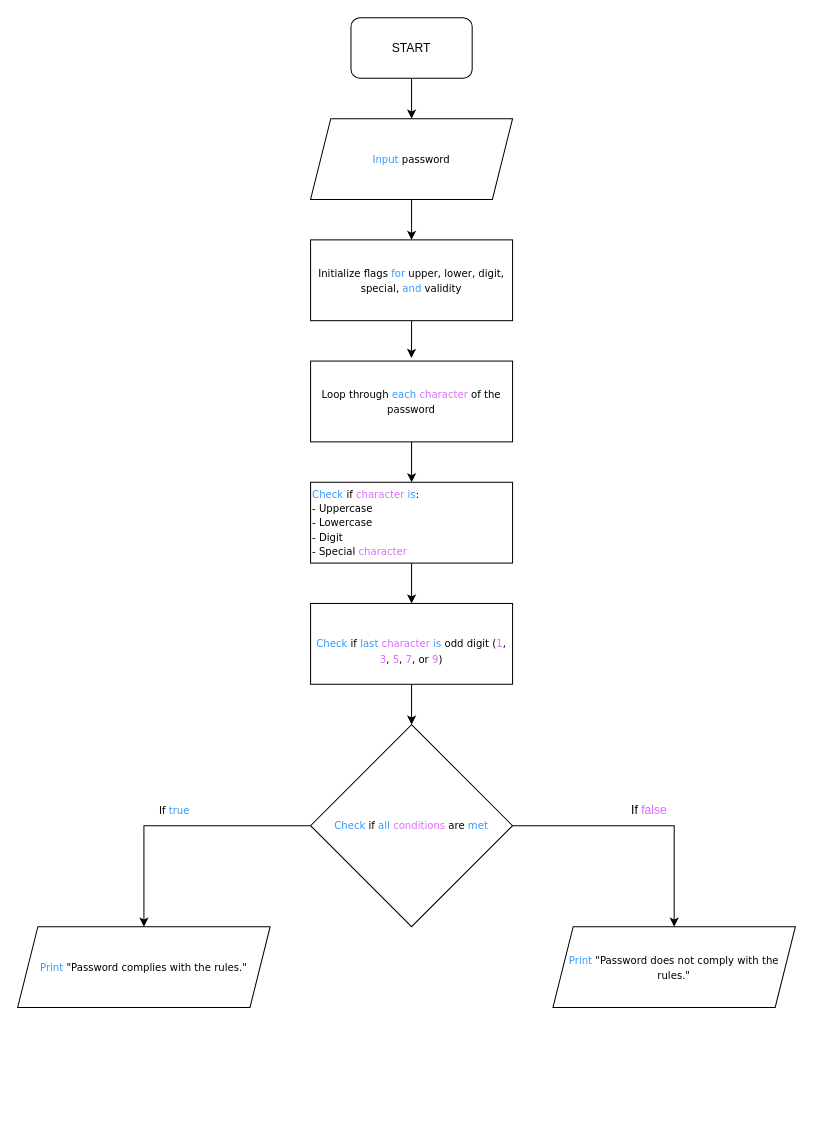
Earlier version of the draw.io diagram Untitled Diagram.drawio (HersRock/Flowcharts). Source tidied: cells renumbered, new cells numbered last; positions are measured from the earlier drawing's top-left corner, leaving out a move shared by most shapes. Both pictures are drawn from the tidied source at 101%, with x=0, y=0 at pixel (17, 17).
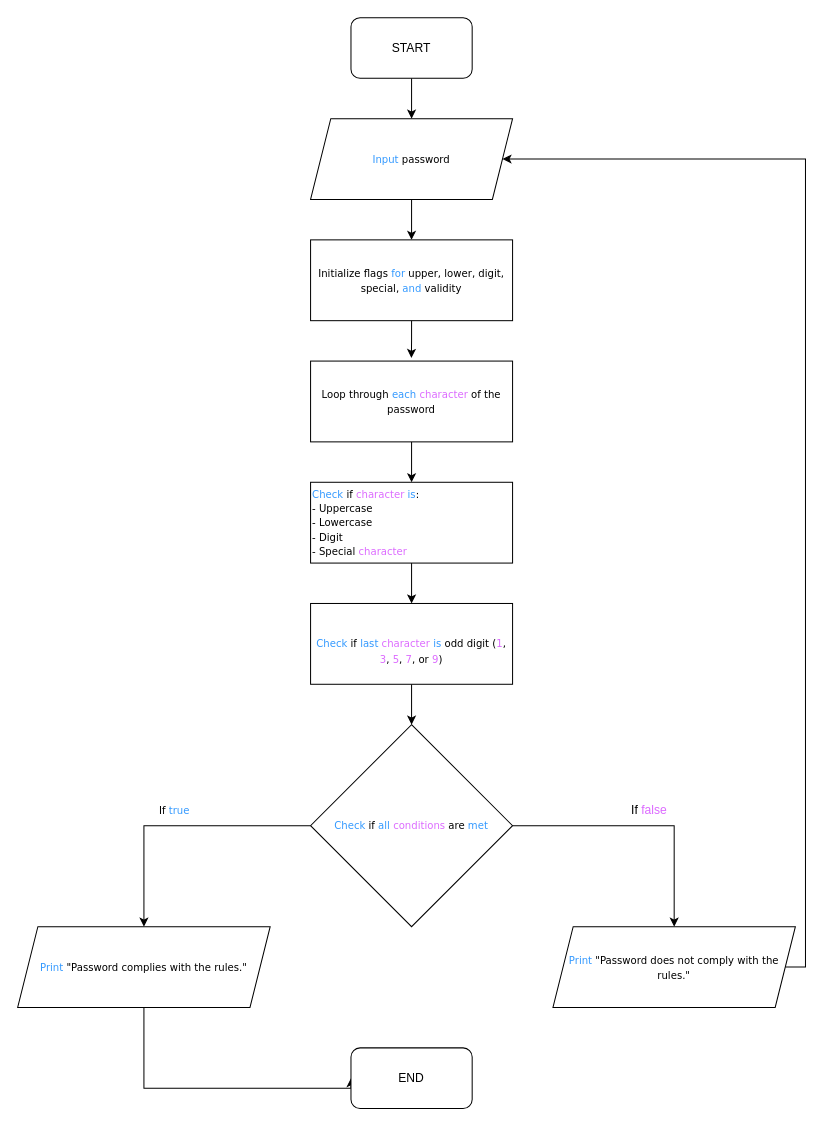
The same diagram, later.

Commit message:
Compliance Password

Unchanged cells that the change refers to:
```xml
<mxCell id="5" value="&lt;font style=&quot;font-size: 10px;&quot; face=&quot;Verdana&quot;&gt;&lt;font color=&quot;#3399ff&quot;&gt;Input &lt;/font&gt;password&lt;br&gt;&lt;/font&gt;" style="shape=parallelogram;perimeter=parallelogramPerimeter;whiteSpace=wrap;html=1;fixedSize=1;" parent="1" vertex="1">
  <mxGeometry x="290" y="100" width="200" height="80" as="geometry" />
</mxCell>
<mxCell id="17" value="&lt;font face=&quot;Verdana&quot; style=&quot;font-size: 10px;&quot;&gt;&lt;br&gt;&lt;font style=&quot;&quot; color=&quot;#3399ff&quot;&gt;Print &lt;/font&gt;&quot;Password complies with the rules.&quot;&lt;/font&gt;&lt;div&gt;&lt;br&gt;&lt;/div&gt;" style="shape=parallelogram;perimeter=parallelogramPerimeter;whiteSpace=wrap;html=1;fixedSize=1;" parent="1" vertex="1">
  <mxGeometry y="900" width="250" height="80" as="geometry" />
</mxCell>
<mxCell id="18" value="&lt;font face=&quot;Verdana&quot; style=&quot;font-size: 10px;&quot;&gt;&lt;font color=&quot;#3399ff&quot;&gt;Print &lt;/font&gt;&quot;Password does not comply with the rules.&quot;&lt;/font&gt;" style="shape=parallelogram;perimeter=parallelogramPerimeter;whiteSpace=wrap;html=1;fixedSize=1;" parent="1" vertex="1">
  <mxGeometry x="530" y="900" width="240" height="80" as="geometry" />
</mxCell>
```

Diff of the diagram source:
```diff
@@
+    <mxCell id="21" style="edgeStyle=orthogonalEdgeStyle;rounded=0;jettySize=auto;html=1;entryX=0;entryY=0.5;entryDx=0;entryDy=0;" parent="1" edge="1" source="17" target="23">
+      <mxGeometry relative="1" as="geometry">
+        <Array as="points">
+          <mxPoint x="125" y="1060" />
+        </Array>
+      </mxGeometry>
+    </mxCell>
@@
+    <mxCell id="22" style="edgeStyle=orthogonalEdgeStyle;rounded=0;jettySize=auto;html=1;entryX=1;entryY=0.5;entryDx=0;entryDy=0;" parent="1" edge="1" source="18" target="5">
+      <mxGeometry relative="1" as="geometry">
+        <Array as="points">
+          <mxPoint x="780" y="940" />
+          <mxPoint x="780" y="140" />
+        </Array>
+      </mxGeometry>
+    </mxCell>
@@
+    <mxCell id="23" value="END" style="rounded=1;whiteSpace=wrap;html=1;" parent="1" vertex="1">
+      <mxGeometry x="330" y="1020" width="120" height="60" as="geometry" />
+    </mxCell>
```
